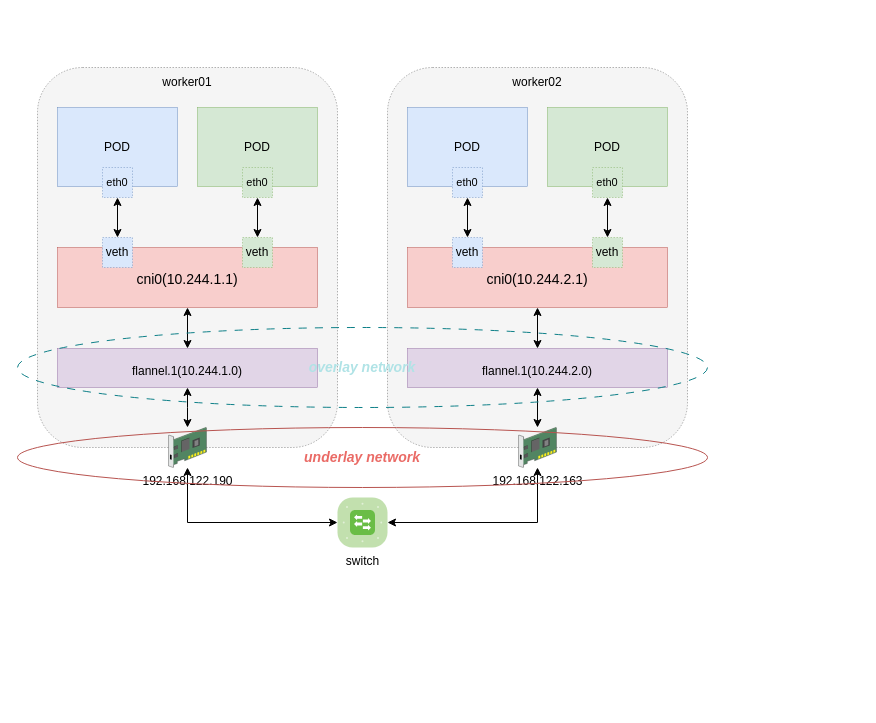
qinxinliang/diagrams keeps this draw.io diagram as all_in_one.drawio. Above is the earlier version. Source tidied: cells renumbered, new cells numbered last; positions are measured from the earlier drawing's top-left corner, leaving out a move shared by most shapes. Both pictures are drawn from the tidied source at 100%, with x=0, y=0 at pixel (17, 67).
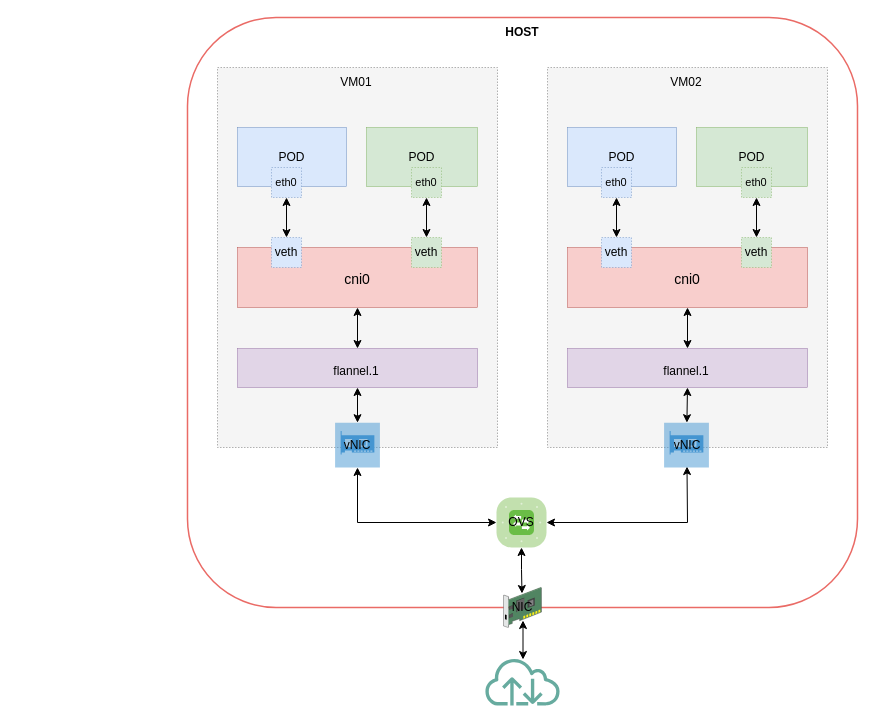
After the change.

Change to the diagram source:
```diff
@@
+    <mxCell id="39" style="rounded=1;whiteSpace=wrap;html=1;strokeWidth=1.5;comic=0;fillColor=none;strokeColor=#EA6B66;" parent="1" vertex="1">
+      <mxGeometry x="170" y="-50" width="670" height="590" as="geometry" />
+    </mxCell>
-    <mxCell id="2" style="rounded=1;whiteSpace=wrap;html=1;strokeWidth=0.5;dashed=1;fillColor=#f5f5f5;fontColor=#333333;strokeColor=#666666;" parent="1" vertex="1">
-      <mxGeometry x="20" width="300" height="380" as="geometry" />
+    <mxCell id="2" style="rounded=0;whiteSpace=wrap;html=1;strokeWidth=0.5;dashed=1;fillColor=#f5f5f5;fontColor=#333333;strokeColor=#666666;comic=0;" parent="1" vertex="1">
+      <mxGeometry x="200" width="280" height="380" as="geometry" />
     </mxCell>
-    <mxCell id="3" value="POD" style="rounded=0;whiteSpace=wrap;html=1;strokeWidth=0.5;fillColor=#dae8fc;strokeColor=#6c8ebf;" parent="1" vertex="1">
-      <mxGeometry x="40" y="40" width="120" height="79" as="geometry" />
+    <mxCell id="3" value="POD" style="rounded=0;whiteSpace=wrap;html=1;strokeWidth=0.5;fillColor=#dae8fc;strokeColor=#6c8ebf;comic=0;" parent="1" vertex="1">
+      <mxGeometry x="220" y="60" width="109" height="59" as="geometry" />
     </mxCell>
-    <mxCell id="4" value="&lt;div&gt;&lt;br&gt;&lt;/div&gt;&lt;div&gt;cni0(10.244.1.1)&lt;/div&gt;" style="whiteSpace=wrap;html=1;fillColor=#f8cecc;fontSize=14;strokeColor=#b85450;verticalAlign=top;strokeWidth=0.5;" parent="1" vertex="1">
-      <mxGeometry x="40" y="180" width="260" height="60" as="geometry" />
+    <mxCell id="4" value="&lt;div&gt;&lt;br&gt;&lt;/div&gt;&lt;div&gt;cni0&lt;/div&gt;" style="whiteSpace=wrap;html=1;fillColor=#f8cecc;fontSize=14;strokeColor=#b85450;verticalAlign=top;strokeWidth=0.5;comic=0;" parent="1" vertex="1">
+      <mxGeometry x="220" y="180" width="240" height="60" as="geometry" />
     </mxCell>
-    <mxCell id="5" value="worker01" style="text;html=1;strokeColor=none;fillColor=none;align=center;verticalAlign=middle;whiteSpace=wrap;rounded=0;" parent="1" vertex="1">
-      <mxGeometry x="140" width="60" height="30" as="geometry" />
+    <mxCell id="5" value="VM01" style="text;html=1;strokeColor=none;fillColor=none;align=center;verticalAlign=middle;whiteSpace=wrap;rounded=0;comic=0;" parent="1" vertex="1">
+      <mxGeometry x="309" width="60" height="30" as="geometry" />
     </mxCell>
-    <mxCell id="6" value="192.168.122.190" style="shadow=0;dashed=0;html=1;labelPosition=center;verticalLabelPosition=bottom;verticalAlign=top;align=center;outlineConnect=0;shape=mxgraph.veeam.3d.network_card;" parent="1" vertex="1">
-      <mxGeometry x="151" y="360" width="38" height="40" as="geometry" />
-    </mxCell>
-    <mxCell id="7" value="POD" style="rounded=0;whiteSpace=wrap;html=1;strokeWidth=0.5;fillColor=#d5e8d4;strokeColor=#82b366;" parent="1" vertex="1">
-      <mxGeometry x="180" y="40" width="120" height="79" as="geometry" />
+    <mxCell id="7" value="POD" style="rounded=0;whiteSpace=wrap;html=1;strokeWidth=0.5;fillColor=#d5e8d4;strokeColor=#82b366;comic=0;" parent="1" vertex="1">
+      <mxGeometry x="349" y="60" width="111" height="59" as="geometry" />
     </mxCell>
-    <mxCell id="8" value="&lt;font style=&quot;font-size: 11px;&quot;&gt;eth0&lt;/font&gt;" style="rounded=0;whiteSpace=wrap;html=1;strokeWidth=0.5;fillColor=#dae8fc;strokeColor=#6c8ebf;dashed=1;" parent="1" vertex="1">
-      <mxGeometry x="85" y="100" width="30" height="30" as="geometry" />
+    <mxCell id="8" value="&lt;font style=&quot;font-size: 11px;&quot;&gt;eth0&lt;/font&gt;" style="rounded=0;whiteSpace=wrap;html=1;strokeWidth=0.5;fillColor=#dae8fc;strokeColor=#6c8ebf;dashed=1;comic=0;" parent="1" vertex="1">
+      <mxGeometry x="254" y="100" width="30" height="30" as="geometry" />
     </mxCell>
-    <mxCell id="9" value="veth" style="rounded=0;whiteSpace=wrap;html=1;strokeWidth=0.5;fillColor=#dae8fc;strokeColor=#6c8ebf;dashed=1;" parent="1" vertex="1">
-      <mxGeometry x="85" y="170" width="30" height="30" as="geometry" />
+    <mxCell id="9" value="veth" style="rounded=0;whiteSpace=wrap;html=1;strokeWidth=0.5;fillColor=#dae8fc;strokeColor=#6c8ebf;dashed=1;comic=0;" parent="1" vertex="1">
+      <mxGeometry x="254" y="170" width="30" height="30" as="geometry" />
     </mxCell>
-    <mxCell id="10" style="endArrow=classic;startArrow=classic;html=1;rounded=0;entryX=0.5;entryY=1;entryDx=0;entryDy=0;exitX=0.5;exitY=0;exitDx=0;exitDy=0;" parent="1" edge="1" source="9" target="8">
+    <mxCell id="10" style="endArrow=classic;startArrow=classic;html=1;rounded=0;entryX=0.5;entryY=1;entryDx=0;entryDy=0;exitX=0.5;exitY=0;exitDx=0;exitDy=0;comic=0;" parent="1" edge="1" source="9" target="8">
       <mxGeometry relative="1" as="geometry" />
     </mxCell>
-    <mxCell id="11" value="&lt;font style=&quot;font-size: 11px;&quot;&gt;eth0&lt;/font&gt;" style="rounded=0;whiteSpace=wrap;html=1;strokeWidth=0.5;fillColor=#d5e8d4;strokeColor=#82b366;dashed=1;" parent="1" vertex="1">
-      <mxGeometry x="225" y="100" width="30" height="30" as="geometry" />
+    <mxCell id="11" value="&lt;font style=&quot;font-size: 11px;&quot;&gt;eth0&lt;/font&gt;" style="rounded=0;whiteSpace=wrap;html=1;strokeWidth=0.5;fillColor=#d5e8d4;strokeColor=#82b366;dashed=1;comic=0;" parent="1" vertex="1">
+      <mxGeometry x="394" y="100" width="30" height="30" as="geometry" />
     </mxCell>
-    <mxCell id="12" value="veth" style="rounded=0;whiteSpace=wrap;html=1;strokeWidth=0.5;fillColor=#d5e8d4;strokeColor=#82b366;dashed=1;" parent="1" vertex="1">
-      <mxGeometry x="225" y="170" width="30" height="30" as="geometry" />
+    <mxCell id="12" value="veth" style="rounded=0;whiteSpace=wrap;html=1;strokeWidth=0.5;fillColor=#d5e8d4;strokeColor=#82b366;dashed=1;comic=0;" parent="1" vertex="1">
+      <mxGeometry x="394" y="170" width="30" height="30" as="geometry" />
     </mxCell>
-    <mxCell id="13" style="endArrow=classic;startArrow=classic;html=1;rounded=0;entryX=0.5;entryY=1;entryDx=0;entryDy=0;exitX=0.5;exitY=0;exitDx=0;exitDy=0;" parent="1" edge="1" source="12" target="11">
+    <mxCell id="13" style="endArrow=classic;startArrow=classic;html=1;rounded=0;entryX=0.5;entryY=1;entryDx=0;entryDy=0;exitX=0.5;exitY=0;exitDx=0;exitDy=0;comic=0;" parent="1" edge="1" source="12" target="11">
       <mxGeometry relative="1" as="geometry" />
     </mxCell>
-    <mxCell id="14" style="whiteSpace=wrap;html=1;fillColor=#e1d5e7;fontSize=14;strokeColor=#9673a6;verticalAlign=top;strokeWidth=0.5;" parent="1" vertex="1">
-      <mxGeometry x="40" y="281" width="260" height="39" as="geometry" />
+    <mxCell id="14" style="whiteSpace=wrap;html=1;fillColor=#e1d5e7;fontSize=14;strokeColor=#9673a6;verticalAlign=top;strokeWidth=0.5;comic=0;" parent="1" vertex="1">
+      <mxGeometry x="220" y="281" width="240" height="39" as="geometry" />
     </mxCell>
-    <mxCell id="15" value="&lt;div&gt;&lt;br&gt;&lt;/div&gt;&lt;div&gt;flannel.1(10.244.1.0)&lt;/div&gt;" style="text;html=1;strokeColor=none;fillColor=none;align=center;verticalAlign=middle;whiteSpace=wrap;rounded=0;" parent="1" vertex="1">
-      <mxGeometry x="140" y="291" width="60" height="10" as="geometry" />
+    <mxCell id="15" value="&lt;div&gt;&lt;br&gt;&lt;/div&gt;&lt;div&gt;flannel.1&lt;/div&gt;" style="text;html=1;strokeColor=none;fillColor=none;align=center;verticalAlign=middle;whiteSpace=wrap;rounded=0;comic=0;" parent="1" vertex="1">
+      <mxGeometry x="309" y="291" width="60" height="10" as="geometry" />
     </mxCell>
-    <mxCell id="16" style="rounded=1;whiteSpace=wrap;html=1;strokeWidth=0.5;dashed=1;fillColor=#f5f5f5;fontColor=#333333;strokeColor=#666666;" parent="1" vertex="1">
-      <mxGeometry x="370" width="300" height="380" as="geometry" />
+    <mxCell id="16" style="rounded=0;whiteSpace=wrap;html=1;strokeWidth=0.5;dashed=1;fillColor=#f5f5f5;fontColor=#333333;strokeColor=#666666;comic=0;" parent="1" vertex="1">
+      <mxGeometry x="530" width="280" height="380" as="geometry" />
     </mxCell>
-    <mxCell id="17" value="POD" style="rounded=0;whiteSpace=wrap;html=1;strokeWidth=0.5;fillColor=#dae8fc;strokeColor=#6c8ebf;" parent="1" vertex="1">
-      <mxGeometry x="390" y="40" width="120" height="79" as="geometry" />
+    <mxCell id="17" value="POD" style="rounded=0;whiteSpace=wrap;html=1;strokeWidth=0.5;fillColor=#dae8fc;strokeColor=#6c8ebf;comic=0;" parent="1" vertex="1">
+      <mxGeometry x="550" y="60" width="109" height="59" as="geometry" />
     </mxCell>
-    <mxCell id="18" value="&lt;div&gt;&lt;br&gt;&lt;/div&gt;&lt;div&gt;cni0(10.244.2.1)&lt;/div&gt;" style="whiteSpace=wrap;html=1;fillColor=#f8cecc;fontSize=14;strokeColor=#b85450;verticalAlign=top;strokeWidth=0.5;" parent="1" vertex="1">
-      <mxGeometry x="390" y="180" width="260" height="60" as="geometry" />
+    <mxCell id="18" value="&lt;div&gt;&lt;br&gt;&lt;/div&gt;&lt;div&gt;cni0&lt;/div&gt;" style="whiteSpace=wrap;html=1;fillColor=#f8cecc;fontSize=14;strokeColor=#b85450;verticalAlign=top;strokeWidth=0.5;comic=0;" parent="1" vertex="1">
+      <mxGeometry x="550" y="180" width="240" height="60" as="geometry" />
     </mxCell>
-    <mxCell id="19" value="worker02" style="text;html=1;strokeColor=none;fillColor=none;align=center;verticalAlign=middle;whiteSpace=wrap;rounded=0;" parent="1" vertex="1">
-      <mxGeometry x="490" width="60" height="30" as="geometry" />
+    <mxCell id="19" value="VM02" style="text;html=1;strokeColor=none;fillColor=none;align=center;verticalAlign=middle;whiteSpace=wrap;rounded=0;comic=0;" parent="1" vertex="1">
+      <mxGeometry x="639" width="60" height="30" as="geometry" />
     </mxCell>
-    <mxCell id="20" value="192.168.122.163" style="shadow=0;dashed=0;html=1;labelPosition=center;verticalLabelPosition=bottom;verticalAlign=top;align=center;outlineConnect=0;shape=mxgraph.veeam.3d.network_card;" parent="1" vertex="1">
-      <mxGeometry x="501" y="360" width="38" height="40" as="geometry" />
+    <mxCell id="20" style="shadow=0;dashed=0;html=1;labelPosition=center;verticalLabelPosition=bottom;verticalAlign=top;align=center;outlineConnect=0;shape=mxgraph.veeam.3d.network_card;comic=0;" parent="1" vertex="1">
+      <mxGeometry x="486" y="520" width="38" height="40" as="geometry" />
     </mxCell>
-    <mxCell id="21" value="POD" style="rounded=0;whiteSpace=wrap;html=1;strokeWidth=0.5;fillColor=#d5e8d4;strokeColor=#82b366;" parent="1" vertex="1">
-      <mxGeometry x="530" y="40" width="120" height="79" as="geometry" />
+    <mxCell id="21" value="POD" style="rounded=0;whiteSpace=wrap;html=1;strokeWidth=0.5;fillColor=#d5e8d4;strokeColor=#82b366;comic=0;" parent="1" vertex="1">
+      <mxGeometry x="679" y="60" width="111" height="59" as="geometry" />
     </mxCell>
-    <mxCell id="22" value="&lt;font style=&quot;font-size: 11px;&quot;&gt;eth0&lt;/font&gt;" style="rounded=0;whiteSpace=wrap;html=1;strokeWidth=0.5;fillColor=#dae8fc;strokeColor=#6c8ebf;dashed=1;" parent="1" vertex="1">
-      <mxGeometry x="435" y="100" width="30" height="30" as="geometry" />
+    <mxCell id="22" value="&lt;font style=&quot;font-size: 11px;&quot;&gt;eth0&lt;/font&gt;" style="rounded=0;whiteSpace=wrap;html=1;strokeWidth=0.5;fillColor=#dae8fc;strokeColor=#6c8ebf;dashed=1;comic=0;" parent="1" vertex="1">
+      <mxGeometry x="584" y="100" width="30" height="30" as="geometry" />
     </mxCell>
-    <mxCell id="23" value="veth" style="rounded=0;whiteSpace=wrap;html=1;strokeWidth=0.5;fillColor=#dae8fc;strokeColor=#6c8ebf;dashed=1;" parent="1" vertex="1">
-      <mxGeometry x="435" y="170" width="30" height="30" as="geometry" />
+    <mxCell id="23" value="veth" style="rounded=0;whiteSpace=wrap;html=1;strokeWidth=0.5;fillColor=#dae8fc;strokeColor=#6c8ebf;dashed=1;comic=0;" parent="1" vertex="1">
+      <mxGeometry x="584" y="170" width="30" height="30" as="geometry" />
     </mxCell>
-    <mxCell id="24" style="endArrow=classic;startArrow=classic;html=1;rounded=0;entryX=0.5;entryY=1;entryDx=0;entryDy=0;exitX=0.5;exitY=0;exitDx=0;exitDy=0;" parent="1" edge="1" source="23" target="22">
+    <mxCell id="24" style="endArrow=classic;startArrow=classic;html=1;rounded=0;entryX=0.5;entryY=1;entryDx=0;entryDy=0;exitX=0.5;exitY=0;exitDx=0;exitDy=0;comic=0;" parent="1" edge="1" source="23" target="22">
       <mxGeometry relative="1" as="geometry" />
     </mxCell>
-    <mxCell id="25" value="&lt;font style=&quot;font-size: 11px;&quot;&gt;eth0&lt;/font&gt;" style="rounded=0;whiteSpace=wrap;html=1;strokeWidth=0.5;fillColor=#d5e8d4;strokeColor=#82b366;dashed=1;" parent="1" vertex="1">
-      <mxGeometry x="575" y="100" width="30" height="30" as="geometry" />
+    <mxCell id="25" value="&lt;font style=&quot;font-size: 11px;&quot;&gt;eth0&lt;/font&gt;" style="rounded=0;whiteSpace=wrap;html=1;strokeWidth=0.5;fillColor=#d5e8d4;strokeColor=#82b366;dashed=1;comic=0;" parent="1" vertex="1">
+      <mxGeometry x="724" y="100" width="30" height="30" as="geometry" />
     </mxCell>
-    <mxCell id="26" value="veth" style="rounded=0;whiteSpace=wrap;html=1;strokeWidth=0.5;fillColor=#d5e8d4;strokeColor=#82b366;dashed=1;" parent="1" vertex="1">
-      <mxGeometry x="575" y="170" width="30" height="30" as="geometry" />
+    <mxCell id="26" value="veth" style="rounded=0;whiteSpace=wrap;html=1;strokeWidth=0.5;fillColor=#d5e8d4;strokeColor=#82b366;dashed=1;comic=0;" parent="1" vertex="1">
+      <mxGeometry x="724" y="170" width="30" height="30" as="geometry" />
     </mxCell>
-    <mxCell id="27" style="endArrow=classic;startArrow=classic;html=1;rounded=0;entryX=0.5;entryY=1;entryDx=0;entryDy=0;exitX=0.5;exitY=0;exitDx=0;exitDy=0;" parent="1" edge="1" source="26" target="25">
+    <mxCell id="27" style="endArrow=classic;startArrow=classic;html=1;rounded=0;entryX=0.5;entryY=1;entryDx=0;entryDy=0;exitX=0.5;exitY=0;exitDx=0;exitDy=0;comic=0;" parent="1" edge="1" source="26" target="25">
       <mxGeometry relative="1" as="geometry" />
     </mxCell>
-    <mxCell id="28" style="whiteSpace=wrap;html=1;fillColor=#e1d5e7;fontSize=14;strokeColor=#9673a6;verticalAlign=top;strokeWidth=0.5;" parent="1" vertex="1">
-      <mxGeometry x="390" y="281" width="260" height="39" as="geometry" />
+    <mxCell id="28" style="whiteSpace=wrap;html=1;fillColor=#e1d5e7;fontSize=14;strokeColor=#9673a6;verticalAlign=top;strokeWidth=0.5;comic=0;" parent="1" vertex="1">
+      <mxGeometry x="550" y="281" width="240" height="39" as="geometry" />
     </mxCell>
-    <mxCell id="29" value="&lt;div&gt;&lt;br&gt;&lt;/div&gt;&lt;div&gt;flannel.1(10.244.2.0)&lt;/div&gt;" style="text;html=1;strokeColor=none;fillColor=none;align=center;verticalAlign=middle;whiteSpace=wrap;rounded=0;" parent="1" vertex="1">
-      <mxGeometry x="490" y="291" width="60" height="10" as="geometry" />
+    <mxCell id="29" value="&lt;div&gt;&lt;br&gt;&lt;/div&gt;&lt;div&gt;flannel.1&lt;/div&gt;" style="text;html=1;strokeColor=none;fillColor=none;align=center;verticalAlign=middle;whiteSpace=wrap;rounded=0;comic=0;" parent="1" vertex="1">
+      <mxGeometry x="639" y="291" width="60" height="10" as="geometry" />
     </mxCell>
-    <mxCell id="30" style="endArrow=classic;startArrow=classic;html=1;rounded=0;entryX=0.5;entryY=1;entryDx=0;entryDy=0;exitX=0.5;exitY=0;exitDx=0;exitDy=0;" parent="1" edge="1" source="14" target="4">
+    <mxCell id="30" style="endArrow=classic;startArrow=classic;html=1;rounded=0;entryX=0.5;entryY=1;entryDx=0;entryDy=0;exitX=0.5;exitY=0;exitDx=0;exitDy=0;comic=0;" parent="1" edge="1" source="14" target="4">
       <mxGeometry relative="1" as="geometry" />
     </mxCell>
-    <mxCell id="31" style="endArrow=classic;startArrow=classic;html=1;rounded=0;entryX=0.5;entryY=1;entryDx=0;entryDy=0;" parent="1" edge="1" source="6" target="14">
-      <mxGeometry relative="1" as="geometry">
-        <Array as="points">
-          <mxPoint x="170" y="340" />
-        </Array>
-      </mxGeometry>
-    </mxCell>
-    <mxCell id="32" style="endArrow=classic;startArrow=classic;html=1;rounded=0;entryX=0.5;entryY=1;entryDx=0;entryDy=0;" parent="1" edge="1" source="20" target="28">
+    <mxCell id="32" style="endArrow=classic;startArrow=classic;html=1;rounded=0;entryX=0.5;entryY=1;entryDx=0;entryDy=0;comic=0;" parent="1" edge="1" source="41" target="28">
       <mxGeometry relative="1" as="geometry" />
     </mxCell>
-    <mxCell id="33" style="endArrow=classic;startArrow=classic;html=1;rounded=0;entryX=0.5;entryY=1;entryDx=0;entryDy=0;exitX=0.5;exitY=0;exitDx=0;exitDy=0;" parent="1" edge="1" source="28" target="18">
+    <mxCell id="33" style="endArrow=classic;startArrow=classic;html=1;rounded=0;entryX=0.5;entryY=1;entryDx=0;entryDy=0;exitX=0.5;exitY=0;exitDx=0;exitDy=0;comic=0;" parent="1" edge="1" source="28" target="18">
       <mxGeometry relative="1" as="geometry" />
     </mxCell>
-    <mxCell id="34" value="switch" style="verticalLabelPosition=bottom;sketch=0;html=1;fillColor=#6ABD46;strokeColor=#ffffff;verticalAlign=top;align=center;points=[[0.085,0.085,0],[0.915,0.085,0],[0.915,0.915,0],[0.085,0.915,0],[0.25,0,0],[0.5,0,0],[0.75,0,0],[1,0.25,0],[1,0.5,0],[1,0.75,0],[0.75,1,0],[0.5,1,0],[0.25,1,0],[0,0.75,0],[0,0.5,0],[0,0.25,0]];shape=mxgraph.cisco_safe.compositeIcon;bgIcon=mxgraph.cisco_safe.architecture.generic_appliance;resIcon=mxgraph.cisco_safe.architecture.switch;" parent="1" vertex="1">
-      <mxGeometry x="320" y="430" width="50" height="50" as="geometry" />
+    <mxCell id="34" style="verticalLabelPosition=bottom;sketch=0;html=1;fillColor=#6ABD46;strokeColor=#ffffff;verticalAlign=top;align=center;points=[[0.085,0.085,0],[0.915,0.085,0],[0.915,0.915,0],[0.085,0.915,0],[0.25,0,0],[0.5,0,0],[0.75,0,0],[1,0.25,0],[1,0.5,0],[1,0.75,0],[0.75,1,0],[0.5,1,0],[0.25,1,0],[0,0.75,0],[0,0.5,0],[0,0.25,0]];shape=mxgraph.cisco_safe.compositeIcon;bgIcon=mxgraph.cisco_safe.architecture.generic_appliance;resIcon=mxgraph.cisco_safe.architecture.switch;comic=0;" parent="1" vertex="1">
+      <mxGeometry x="479" y="430" width="50" height="50" as="geometry" />
     </mxCell>
-    <mxCell id="35" style="endArrow=classic;startArrow=classic;html=1;rounded=0;exitX=0;exitY=0.5;exitDx=0;exitDy=0;exitPerimeter=0;" parent="1" edge="1" source="34">
+    <mxCell id="35" style="endArrow=classic;startArrow=classic;html=1;rounded=0;exitX=0;exitY=0.5;exitDx=0;exitDy=0;exitPerimeter=0;comic=0;" parent="1" edge="1" source="34" target="40">
       <mxGeometry relative="1" as="geometry">
-        <mxPoint x="170" y="400" as="targetPoint" />
         <Array as="points">
-          <mxPoint x="170" y="455" />
+          <mxPoint x="340" y="455" />
         </Array>
       </mxGeometry>
     </mxCell>
-    <mxCell id="36" style="endArrow=classic;startArrow=classic;html=1;rounded=0;exitX=1;exitY=0.5;exitDx=0;exitDy=0;exitPerimeter=0;" parent="1" edge="1" source="34" target="20">
+    <mxCell id="36" style="endArrow=classic;startArrow=classic;html=1;rounded=0;exitX=1;exitY=0.5;exitDx=0;exitDy=0;exitPerimeter=0;entryX=0.511;entryY=0.978;entryDx=0;entryDy=0;entryPerimeter=0;comic=0;" parent="1" edge="1" source="34" target="41">
       <mxGeometry relative="1" as="geometry">
         <Array as="points">
-          <mxPoint x="520" y="455" />
+          <mxPoint x="670" y="455" />
         </Array>
       </mxGeometry>
     </mxCell>
-    <mxCell id="37" value="&lt;i&gt;&lt;font color=&quot;#ea6b66&quot;&gt;&lt;b&gt;&lt;font style=&quot;font-size: 14px;&quot;&gt;underlay network&lt;/font&gt;&lt;/b&gt;&lt;/font&gt;&lt;/i&gt;" style="ellipse;whiteSpace=wrap;html=1;fillColor=none;strokeColor=#b85450;fillStyle=cross-hatch;gradientColor=#ea6b66;" parent="1" vertex="1">
-      <mxGeometry y="360" width="690" height="60" as="geometry" />
-    </mxCell>
-    <mxCell id="38" value="&lt;font color=&quot;#b0e3e6&quot;&gt;&lt;i&gt;&lt;b&gt;&lt;font style=&quot;font-size: 14px;&quot;&gt;overlay network&lt;/font&gt;&lt;/b&gt;&lt;/i&gt;&lt;/font&gt;" style="ellipse;whiteSpace=wrap;html=1;fillColor=none;strokeColor=#0e8088;fillStyle=cross-hatch;dashed=1;dashPattern=8 8;" parent="1" vertex="1">
-      <mxGeometry y="260" width="690" height="80" as="geometry" />
-    </mxCell>
+    <mxCell id="40" style="shadow=0;dashed=0;html=1;strokeColor=none;fillColor=#4495D1;labelPosition=center;verticalLabelPosition=bottom;verticalAlign=top;align=center;outlineConnect=0;shape=mxgraph.veeam.2d.vnic;comic=0;" parent="1" vertex="1">
+      <mxGeometry x="317.6" y="355.2" width="44.8" height="44.8" as="geometry" />
+    </mxCell>
+    <mxCell id="41" style="shadow=0;dashed=0;html=1;strokeColor=none;fillColor=#4495D1;labelPosition=center;verticalLabelPosition=bottom;verticalAlign=top;align=center;outlineConnect=0;shape=mxgraph.veeam.2d.vnic;comic=0;" parent="1" vertex="1">
+      <mxGeometry x="646.6" y="355.2" width="44.8" height="44.8" as="geometry" />
+    </mxCell>
+    <mxCell id="42" style="endArrow=classic;startArrow=classic;html=1;rounded=0;entryX=0.5;entryY=1;entryDx=0;entryDy=0;comic=0;" parent="1" edge="1" source="40" target="14">
+      <mxGeometry relative="1" as="geometry" />
+    </mxCell>
+    <mxCell id="43" value="&lt;b&gt;HOST&lt;/b&gt;" style="text;html=1;strokeColor=none;fillColor=none;align=center;verticalAlign=middle;whiteSpace=wrap;rounded=0;comic=0;" parent="1" vertex="1">
+      <mxGeometry x="475" y="-50" width="60" height="30" as="geometry" />
+    </mxCell>
+    <mxCell id="44" style="endArrow=classic;startArrow=classic;html=1;rounded=0;entryX=0.5;entryY=1;entryDx=0;entryDy=0;entryPerimeter=0;strokeColor=#000000;comic=0;exitX=0.483;exitY=-0.3;exitDx=0;exitDy=0;exitPerimeter=0;" parent="1" edge="1">
+      <mxGeometry relative="1" as="geometry">
+        <mxPoint x="504.5" y="526" as="sourcePoint" />
+        <mxPoint x="504" y="480" as="targetPoint" />
+        <Array as="points">
+          <mxPoint x="504" y="502" />
+        </Array>
+      </mxGeometry>
+    </mxCell>
+    <mxCell id="45" value="vNIC" style="text;html=1;strokeColor=none;fillColor=none;align=center;verticalAlign=middle;whiteSpace=wrap;rounded=0;comic=0;" parent="1" vertex="1">
+      <mxGeometry x="325" y="367.6" width="30" height="20" as="geometry" />
+    </mxCell>
+    <mxCell id="46" value="vNIC" style="text;html=1;strokeColor=none;fillColor=none;align=center;verticalAlign=middle;whiteSpace=wrap;rounded=0;comic=0;" parent="1" vertex="1">
+      <mxGeometry x="655" y="367.6" width="30" height="20" as="geometry" />
+    </mxCell>
+    <mxCell id="47" value="OVS" style="text;html=1;strokeColor=none;fillColor=none;align=center;verticalAlign=middle;whiteSpace=wrap;rounded=0;comic=0;" parent="1" vertex="1">
+      <mxGeometry x="489" y="445" width="30" height="20" as="geometry" />
+    </mxCell>
+    <mxCell id="48" style="sketch=0;fontColor=#232F3E;gradientColor=none;fillColor=#67AB9F;strokeColor=none;dashed=0;verticalLabelPosition=bottom;verticalAlign=top;align=center;html=1;fontSize=12;fontStyle=0;shape=mxgraph.aws4.internet;comic=0;" parent="1" vertex="1">
+      <mxGeometry x="466" y="590" width="78" height="48" as="geometry" />
+    </mxCell>
+    <mxCell id="49" style="endArrow=classic;startArrow=classic;html=1;rounded=0;entryX=0.619;entryY=0.75;entryDx=0;entryDy=0;comic=0;exitX=0.561;exitY=-0.021;exitDx=0;exitDy=0;exitPerimeter=0;entryPerimeter=0;" parent="1" edge="1">
+      <mxGeometry relative="1" as="geometry">
+        <mxPoint x="505.5" y="592" as="sourcePoint" />
+        <mxPoint x="505.5" y="553" as="targetPoint" />
+      </mxGeometry>
+    </mxCell>
+    <mxCell id="50" value="NIC" style="text;html=1;strokeColor=none;fillColor=none;align=center;verticalAlign=middle;whiteSpace=wrap;rounded=0;comic=0;" parent="1" vertex="1">
+      <mxGeometry x="490" y="530" width="30" height="20" as="geometry" />
+    </mxCell>
```
